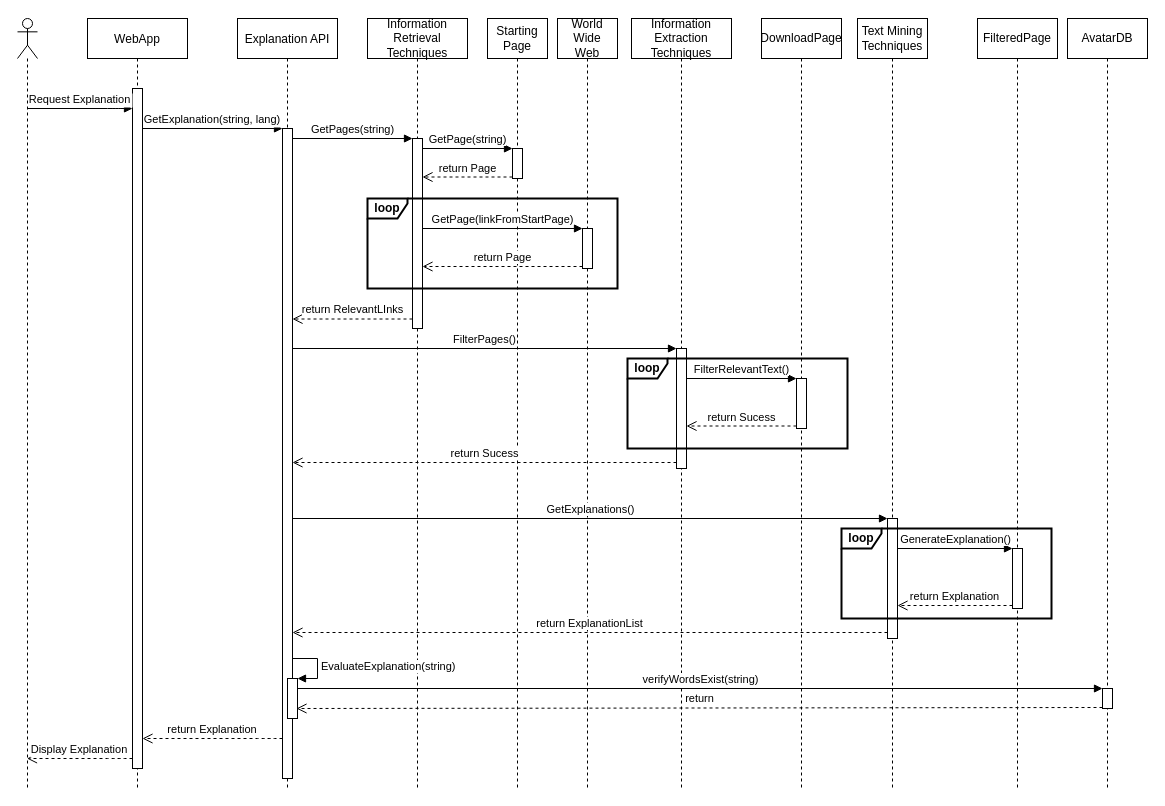
The draw.io diagram diagrams/US01_SD.drawio in whzd/thesis, before the edit. Source tidied: cells renumbered, new cells numbered last; positions are measured from the earlier drawing's top-left corner, leaving out a move shared by most shapes. Both pictures are drawn from the tidied source at 100%, with x=0, y=0 at pixel (17, 18).
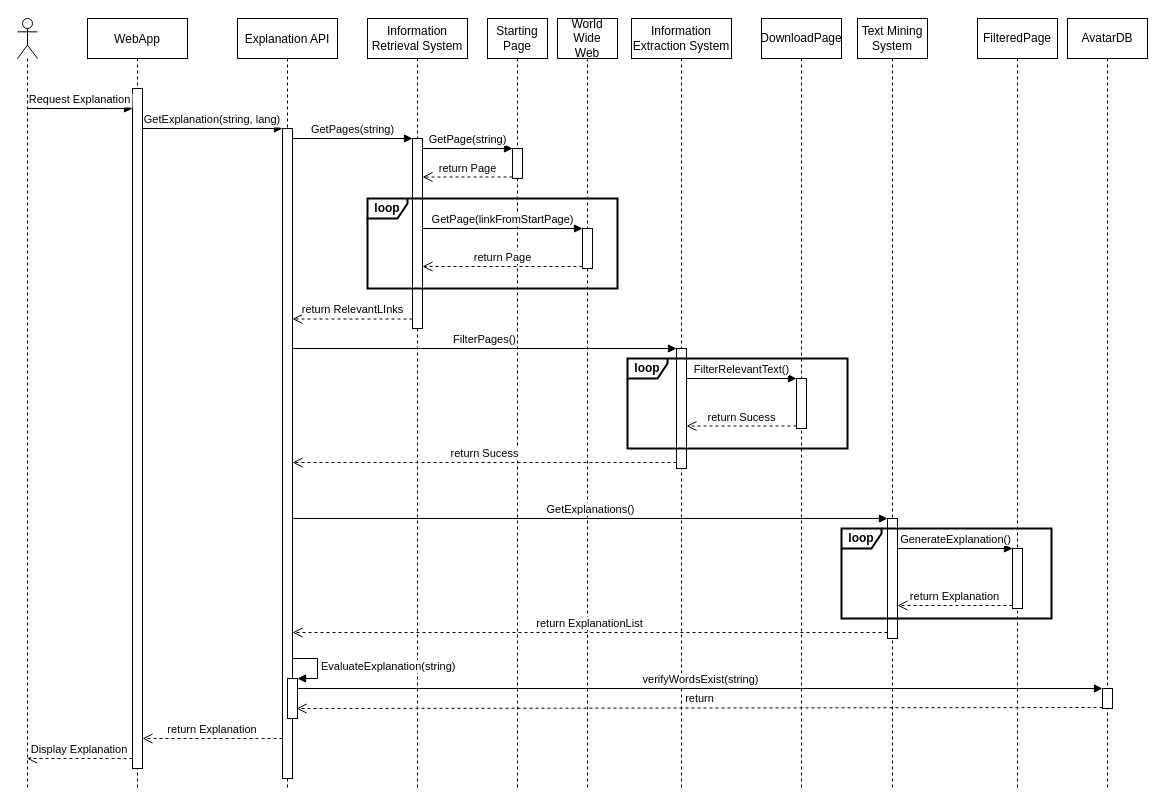
After the change.

Diff of the diagram source:
```diff
@@
-    <mxCell id="16" value="&lt;div&gt;Information Retrieval Techniques&lt;/div&gt;" style="shape=umlLifeline;perimeter=lifelinePerimeter;whiteSpace=wrap;html=1;" parent="1" vertex="1">
+    <mxCell id="16" value="&lt;div&gt;Information Retrieval System&lt;br&gt;&lt;/div&gt;" style="shape=umlLifeline;perimeter=lifelinePerimeter;whiteSpace=wrap;html=1;" parent="1" vertex="1">
       <mxGeometry x="350" width="100" height="770" as="geometry" />
     </mxCell>
@@
-    <mxCell id="21" value="Information Extraction Techniques" style="shape=umlLifeline;perimeter=lifelinePerimeter;whiteSpace=wrap;html=1;" parent="1" vertex="1">
+    <mxCell id="21" value="Information Extraction System" style="shape=umlLifeline;perimeter=lifelinePerimeter;whiteSpace=wrap;html=1;" parent="1" vertex="1">
       <mxGeometry x="614" width="100" height="770" as="geometry" />
     </mxCell>
@@
-    <mxCell id="29" value="Text Mining Techniques" style="shape=umlLifeline;perimeter=lifelinePerimeter;whiteSpace=wrap;html=1;" parent="1" vertex="1">
+    <mxCell id="29" value="Text Mining System" style="shape=umlLifeline;perimeter=lifelinePerimeter;whiteSpace=wrap;html=1;" parent="1" vertex="1">
       <mxGeometry x="840" width="70" height="770" as="geometry" />
     </mxCell>
```
